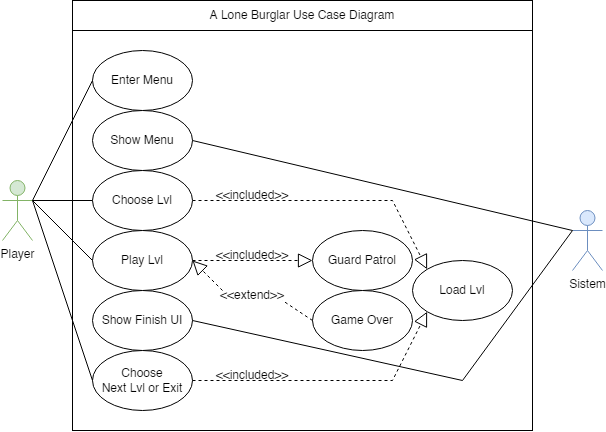
Above: use case diagram.png in johannfac/A-Lone-Burglar (draw.io), before the change. Source tidied: cells renumbered, new cells last; positions are measured from the earlier drawing's top-left corner, leaving out a move shared by most shapes.
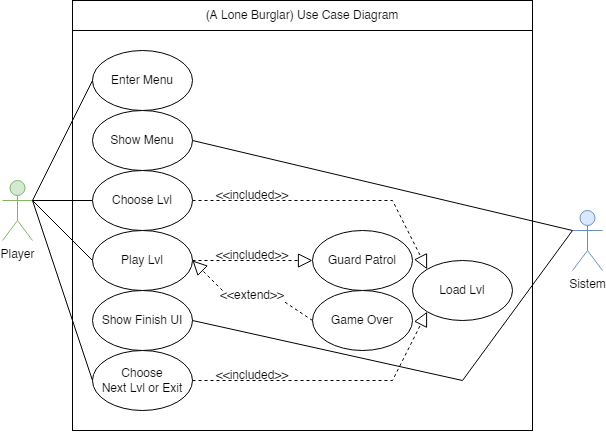
The same file after the commit.

The edit, as a diff of the source:
```diff
@@ -68,7 +68,7 @@
     <mxCell id="20" style="endArrow=none;endFill=0;endSize=12;html=1;rounded=0;exitX=1;exitY=0.3333333333333333;exitDx=0;exitDy=0;entryX=0;entryY=0.5;entryDx=0;entryDy=0;startArrow=none;exitPerimeter=0;" parent="1" edge="1" source="3" target="12">
       <mxGeometry relative="1" as="geometry" />
     </mxCell>
-    <mxCell id="21" value="A Lone Burglar Use Case Diagram" style="rounded=0;whiteSpace=wrap;html=1;" parent="1" vertex="1">
+    <mxCell id="21" value="(A Lone Burglar) Use Case Diagram" style="rounded=0;whiteSpace=wrap;html=1;" parent="1" vertex="1">
       <mxGeometry x="70" width="460" height="30" as="geometry" />
     </mxCell>
     <mxCell id="22" value="&amp;lt;&amp;lt;extend&amp;gt;&amp;gt;" style="text;html=1;strokeColor=none;fillColor=none;align=center;verticalAlign=middle;whiteSpace=wrap;rounded=0;" parent="1" vertex="1">
```
